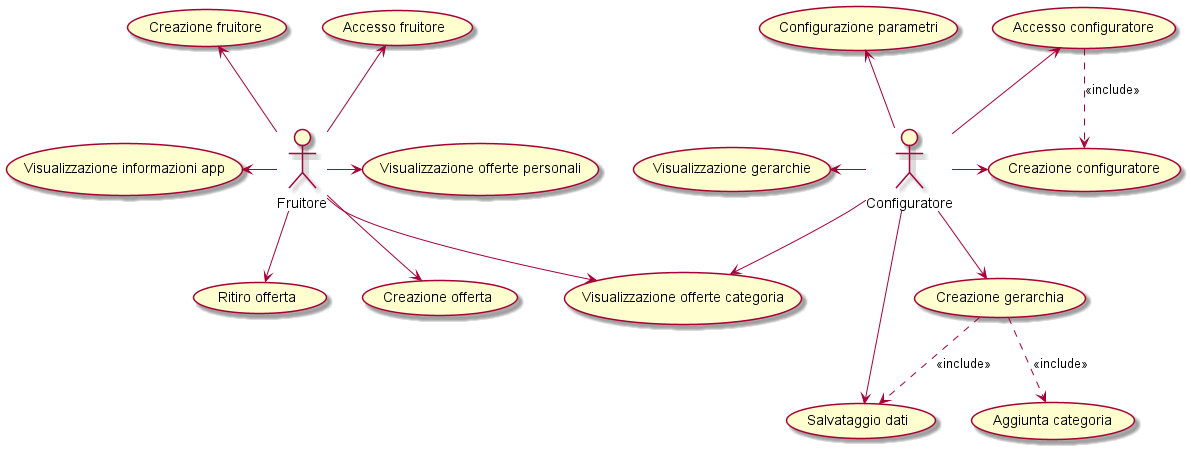
Above: images/imagesV3/Use case diagram-Version3.0.png in eletoo/inge_del_software (PlantUML), before the change.
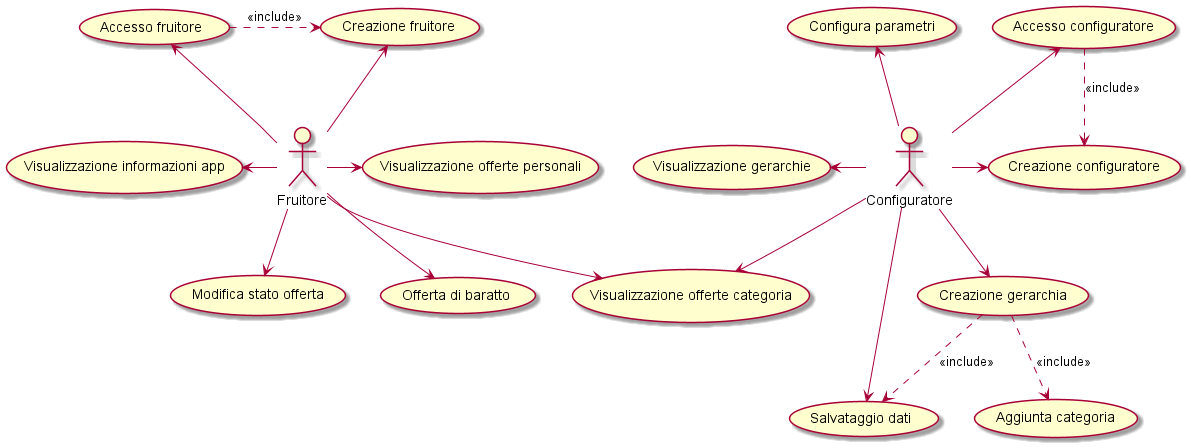
The same diagram one commit later.

What changed in the source:
```diff
@@ -6,8 +6,8 @@
 (Visualizzazione informazioni app) as (UseF3)
 (Visualizzazione offerte categoria) as (UseF5)
 (Visualizzazione offerte personali) as (UseF6)
-(Creazione offerta) as (UseF7)
-(Ritiro offerta) as (UseF8)
+(Offerta di baratto) as (UseF7)
+(Modifica stato offerta) as (UseF8)
 
 Admin -left-> (UseF3)
 Admin -up-> (UseF1)
@@ -17,13 +17,15 @@
 Admin --> (UseF7)
 Admin --> (UseF8)
 
+(UseF1) .right.> (UseF2): <<include>>
+
 (Accesso configuratore) as (Use1)
 (Creazione configuratore) as (Use2)
 (Salvataggio dati) as (Use3)
 (Visualizzazione gerarchie) as (Use4)
 (Creazione gerarchia) as (Use5)
 (Aggiunta categoria) as (Use6)
-(Configurazione parametri) as (Use7)
+(Configura parametri) as (Use7)
 
 :Configuratore: as Admin2
 Admin2 -left-> (Use4)
```
